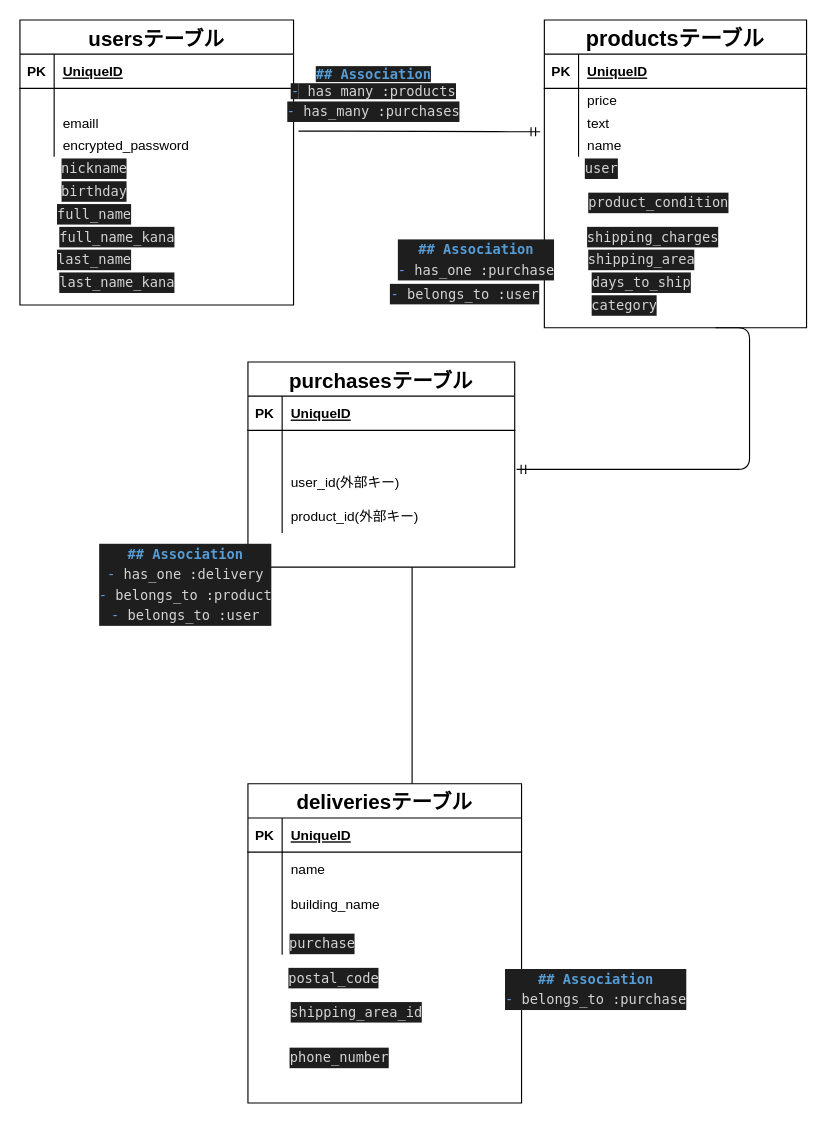
nanami-deep/furima-34361 keeps this draw.io diagram as test.dio. Above is the earlier version. Source tidied: cells renumbered, new cells numbered last; positions are measured from the earlier drawing's top-left corner, leaving out a move shared by most shapes. Both pictures are drawn from the tidied source at 114%, with x=0, y=0 at pixel (19, 19).
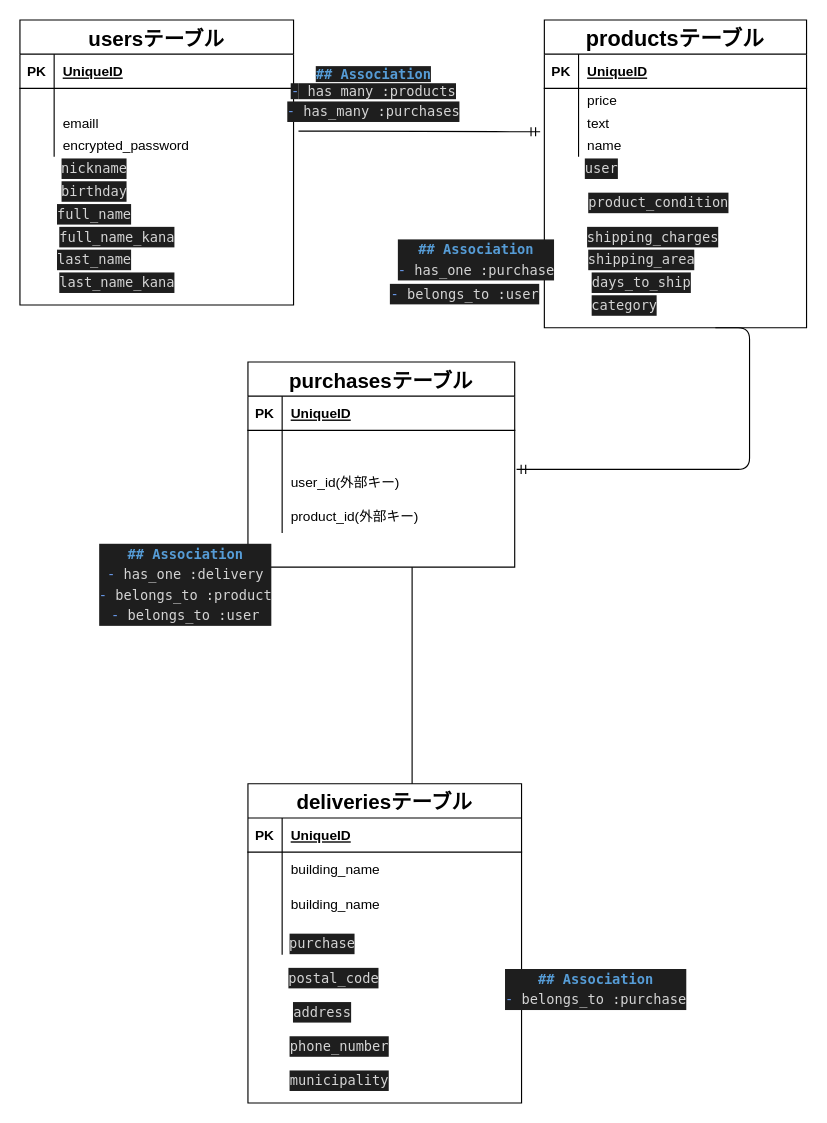
After the change.

Commit message (it also covers changes not shown here):
データベース設計修正7

The change refers to these unchanged cells:
```xml
<mxCell id="45" style="shape=partialRectangle;fillColor=none;top=0;left=0;bottom=0;right=0;" parent="41" vertex="1">
  <mxGeometry y="60" width="240" height="30" as="geometry" />
</mxCell>
```

Change to the diagram source:
```diff
@@
-    <mxCell id="47" value="name" style="shape=partialRectangle;fillColor=none;top=0;left=0;bottom=0;right=0;align=left;spacingLeft=6;overflow=hidden;" parent="45" vertex="1">
+    <mxCell id="47" value="building_name " style="shape=partialRectangle;fillColor=none;top=0;left=0;bottom=0;right=0;align=left;spacingLeft=6;overflow=hidden;" parent="45" vertex="1">
       <mxGeometry x="30" width="210" height="30" as="geometry" />
     </mxCell>
@@
-    <mxCell id="69" value="&lt;div style=&quot;color: rgb(212 , 212 , 212) ; background-color: rgb(30 , 30 , 30) ; font-family: &amp;#34;menlo&amp;#34; , &amp;#34;monaco&amp;#34; , &amp;#34;courier new&amp;#34; , monospace ; font-size: 12px ; line-height: 18px&quot;&gt;&lt;div style=&quot;line-height: 18px&quot;&gt;&lt;br&gt;&lt;/div&gt;&lt;/div&gt;" style="text;html=1;align=center;verticalAlign=middle;fontSize=18;" parent="1" vertex="1">
-      <mxGeometry x="260" y="860" width="20" height="20" as="geometry" />
+    <mxCell id="69" value="&lt;div style=&quot;color: rgb(212 , 212 , 212) ; background-color: rgb(30 , 30 , 30) ; font-family: &amp;#34;menlo&amp;#34; , &amp;#34;monaco&amp;#34; , &amp;#34;courier new&amp;#34; , monospace ; font-size: 12px ; line-height: 18px&quot;&gt;&lt;div style=&quot;line-height: 18px&quot;&gt;address&lt;/div&gt;&lt;/div&gt;" style="text;html=1;align=center;verticalAlign=middle;fontSize=18;" parent="1" vertex="1">
+      <mxGeometry x="230" y="860" width="70" height="20" as="geometry" />
     </mxCell>
@@
-    <mxCell id="78" value="&lt;div style=&quot;color: rgb(212 , 212 , 212) ; background-color: rgb(30 , 30 , 30) ; font-family: &amp;#34;menlo&amp;#34; , &amp;#34;monaco&amp;#34; , &amp;#34;courier new&amp;#34; , monospace ; line-height: 18px&quot;&gt;shipping_area_id &lt;/div&gt;" style="text;html=1;align=center;verticalAlign=middle;" parent="1" vertex="1">
-      <mxGeometry x="230" y="860" width="130" height="20" as="geometry" />
-    </mxCell>
     <mxCell id="79" value="&lt;div style=&quot;color: rgb(212 , 212 , 212) ; background-color: rgb(30 , 30 , 30) ; font-family: &amp;#34;menlo&amp;#34; , &amp;#34;monaco&amp;#34; , &amp;#34;courier new&amp;#34; , monospace ; line-height: 18px&quot;&gt;phone_number &lt;/div&gt;" style="text;html=1;align=center;verticalAlign=middle;" parent="1" vertex="1">
-      <mxGeometry x="230" y="900" width="100" height="20" as="geometry" />
+      <mxGeometry x="230" y="890" width="100" height="20" as="geometry" />
     </mxCell>
+    <mxCell id="80" value="&lt;div style=&quot;color: rgb(212 , 212 , 212) ; background-color: rgb(30 , 30 , 30) ; font-family: &amp;#34;menlo&amp;#34; , &amp;#34;monaco&amp;#34; , &amp;#34;courier new&amp;#34; , monospace ; line-height: 18px&quot;&gt; municipality &lt;/div&gt;" style="text;html=1;align=center;verticalAlign=middle;" parent="1" vertex="1">
+      <mxGeometry x="230" y="920" width="100" height="20" as="geometry" />
+    </mxCell>
```
